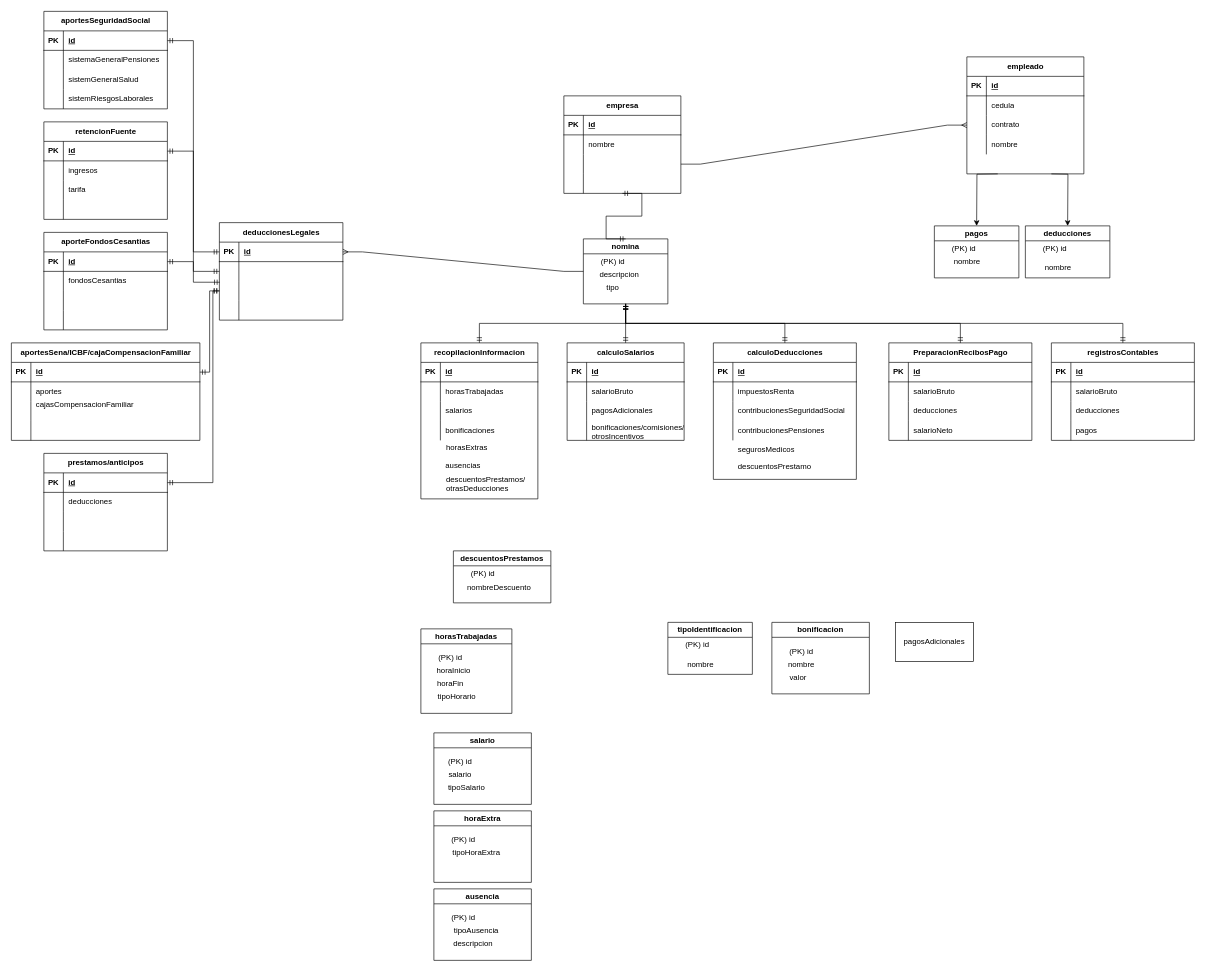
Above: EmpresaConfeccion.drawio in andrescardo98/ed (draw.io), before the change. Source tidied: cells renumbered, new cells numbered last; positions are measured from the earlier drawing's top-left corner, leaving out a move shared by most shapes. Both pictures are drawn from the tidied source at 65%, with x=0, y=0 at pixel (11, 11).
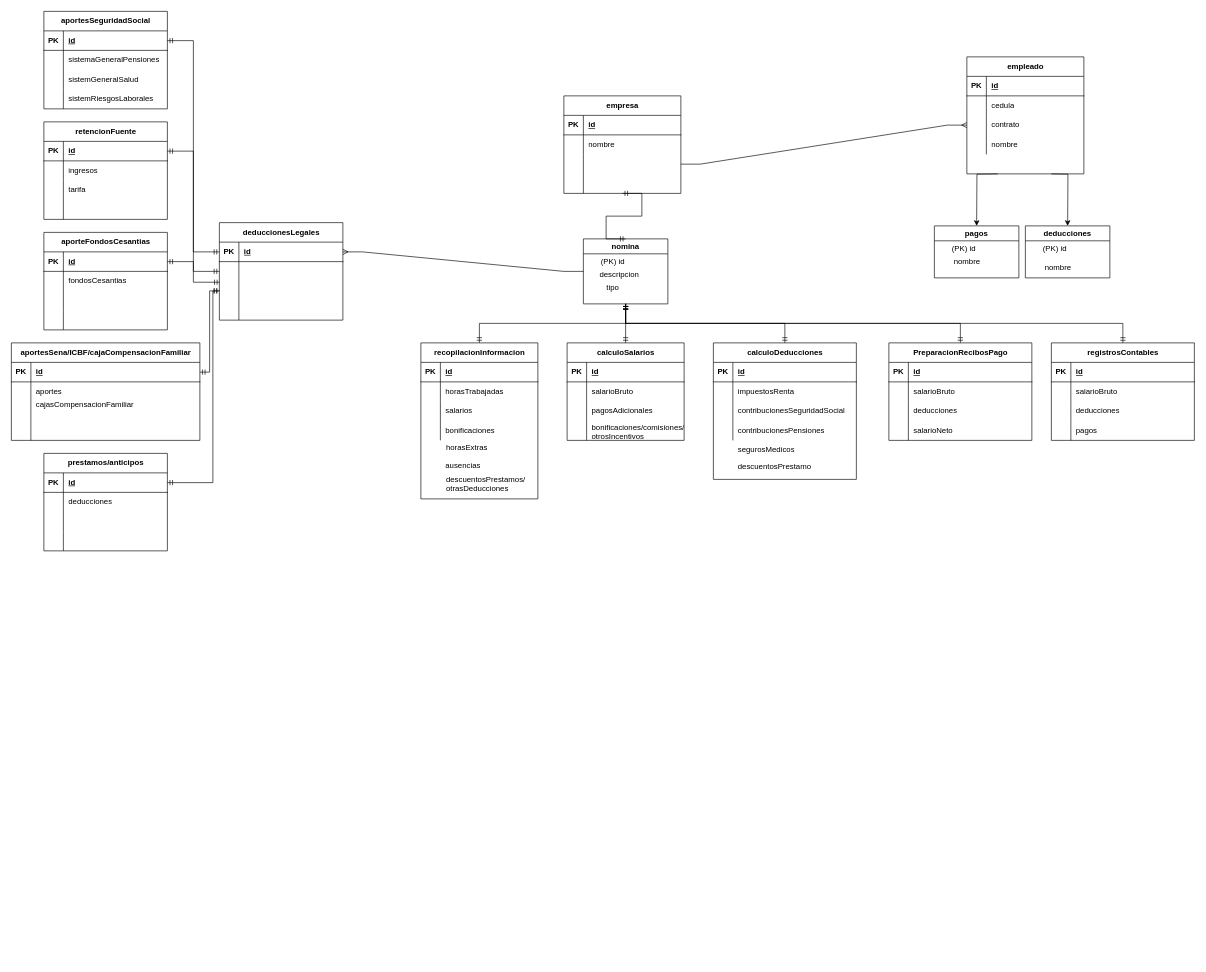
After the change.

The edit, as a diff of the source:
```diff
@@
-    <mxCell id="4" value="pagosAdicionales" style="rounded=0;whiteSpace=wrap;html=1;" parent="1" vertex="1">
-      <mxGeometry x="1360" y="940" width="120" height="60" as="geometry" />
-    </mxCell>
-    <mxCell id="5" value="horasTrabajadas" style="swimlane;whiteSpace=wrap;html=1;" parent="1" vertex="1">
-      <mxGeometry x="630" y="950" width="140" height="130" as="geometry" />
-    </mxCell>
-    <mxCell id="6" value="(PK) id" style="text;html=1;align=center;verticalAlign=middle;strokeColor=none;fillColor=none;" parent="5" vertex="1">
-      <mxGeometry x="15" y="30" width="60" height="30" as="geometry" />
-    </mxCell>
-    <mxCell id="7" value="tipoHorario" style="text;html=1;align=center;verticalAlign=middle;strokeColor=none;fillColor=none;" parent="5" vertex="1">
-      <mxGeometry x="15" y="90" width="80" height="30" as="geometry" />
-    </mxCell>
-    <mxCell id="8" value="horaInicio" style="text;html=1;align=center;verticalAlign=middle;strokeColor=none;fillColor=none;" parent="5" vertex="1">
-      <mxGeometry x="10" y="50" width="80" height="30" as="geometry" />
-    </mxCell>
-    <mxCell id="9" value="horaFin" style="text;html=1;align=center;verticalAlign=middle;strokeColor=none;fillColor=none;" parent="5" vertex="1">
-      <mxGeometry x="15" y="70" width="60" height="30" as="geometry" />
-    </mxCell>
-    <mxCell id="10" value="salario" style="swimlane;whiteSpace=wrap;html=1;" parent="1" vertex="1">
-      <mxGeometry x="650" y="1110" width="150" height="110" as="geometry" />
-    </mxCell>
-    <mxCell id="11" value="salario" style="text;html=1;align=center;verticalAlign=middle;strokeColor=none;fillColor=none;" parent="10" vertex="1">
-      <mxGeometry x="10" y="50" width="60" height="30" as="geometry" />
-    </mxCell>
-    <mxCell id="12" value="(PK) id" style="text;html=1;align=center;verticalAlign=middle;strokeColor=none;fillColor=none;" parent="10" vertex="1">
-      <mxGeometry x="10" y="30" width="60" height="30" as="geometry" />
-    </mxCell>
-    <mxCell id="13" value="tipoSalario" style="text;html=1;align=center;verticalAlign=middle;strokeColor=none;fillColor=none;" parent="10" vertex="1">
-      <mxGeometry x="10" y="70" width="80" height="30" as="geometry" />
-    </mxCell>
-    <mxCell id="14" value="bonificacion" style="swimlane;whiteSpace=wrap;html=1;startSize=23;" parent="1" vertex="1">
-      <mxGeometry x="1170" y="940" width="150" height="110" as="geometry" />
-    </mxCell>
-    <mxCell id="15" value="nombre" style="text;html=1;align=center;verticalAlign=middle;strokeColor=none;fillColor=none;" parent="14" vertex="1">
-      <mxGeometry x="15" y="50" width="60" height="30" as="geometry" />
-    </mxCell>
-    <mxCell id="16" value="(PK) id" style="text;html=1;align=center;verticalAlign=middle;strokeColor=none;fillColor=none;" parent="14" vertex="1">
-      <mxGeometry x="15" y="30" width="60" height="30" as="geometry" />
-    </mxCell>
-    <mxCell id="17" value="valor" style="text;html=1;align=center;verticalAlign=middle;strokeColor=none;fillColor=none;" parent="14" vertex="1">
-      <mxGeometry x="15" y="70" width="50" height="30" as="geometry" />
-    </mxCell>
-    <mxCell id="18" value="horaExtra" style="swimlane;whiteSpace=wrap;html=1;startSize=23;" parent="1" vertex="1">
-      <mxGeometry x="650" y="1230" width="150" height="110" as="geometry" />
-    </mxCell>
-    <mxCell id="19" value="tipoHoraExtra" style="text;html=1;align=center;verticalAlign=middle;strokeColor=none;fillColor=none;" parent="18" vertex="1">
-      <mxGeometry x="15" y="50" width="100" height="30" as="geometry" />
-    </mxCell>
-    <mxCell id="20" value="(PK) id" style="text;html=1;align=center;verticalAlign=middle;strokeColor=none;fillColor=none;" parent="18" vertex="1">
-      <mxGeometry x="15" y="30" width="60" height="30" as="geometry" />
-    </mxCell>
-    <mxCell id="21" value="tipoIdentificacion" style="swimlane;whiteSpace=wrap;html=1;startSize=23;" parent="1" vertex="1">
-      <mxGeometry x="1010" y="940" width="130" height="80" as="geometry" />
-    </mxCell>
-    <mxCell id="22" value="(PK) id" style="text;html=1;align=center;verticalAlign=middle;strokeColor=none;fillColor=none;" parent="21" vertex="1">
-      <mxGeometry x="15" y="20" width="60" height="30" as="geometry" />
-    </mxCell>
-    <mxCell id="23" value="nombre" style="text;html=1;align=center;verticalAlign=middle;strokeColor=none;fillColor=none;" parent="21" vertex="1">
-      <mxGeometry x="20" y="50" width="60" height="30" as="geometry" />
-    </mxCell>
@@
-    <mxCell id="30" value="ausencia" style="swimlane;whiteSpace=wrap;html=1;startSize=23;" parent="1" vertex="1">
-      <mxGeometry x="650" y="1350" width="150" height="110" as="geometry" />
-    </mxCell>
-    <mxCell id="31" value="tipoAusencia" style="text;html=1;align=center;verticalAlign=middle;strokeColor=none;fillColor=none;" parent="30" vertex="1">
-      <mxGeometry x="20" y="50" width="90" height="30" as="geometry" />
-    </mxCell>
-    <mxCell id="32" value="(PK) id" style="text;html=1;align=center;verticalAlign=middle;strokeColor=none;fillColor=none;" parent="30" vertex="1">
-      <mxGeometry x="15" y="30" width="60" height="30" as="geometry" />
-    </mxCell>
-    <mxCell id="33" value="descripcion" style="text;html=1;align=center;verticalAlign=middle;strokeColor=none;fillColor=none;" parent="30" vertex="1">
-      <mxGeometry x="20" y="70" width="80" height="30" as="geometry" />
-    </mxCell>
-    <mxCell id="34" value="descuentosPrestamos" style="swimlane;whiteSpace=wrap;html=1;startSize=23;" parent="1" vertex="1">
-      <mxGeometry x="680" y="830" width="150" height="80" as="geometry" />
-    </mxCell>
-    <mxCell id="35" value="(PK) id" style="text;html=1;align=center;verticalAlign=middle;strokeColor=none;fillColor=none;" parent="34" vertex="1">
-      <mxGeometry x="15" y="20" width="60" height="30" as="geometry" />
-    </mxCell>
-    <mxCell id="36" value="nombreDescuento" style="text;html=1;align=center;verticalAlign=middle;strokeColor=none;fillColor=none;" parent="34" vertex="1">
-      <mxGeometry x="10" y="41" width="120" height="30" as="geometry" />
-    </mxCell>
```
